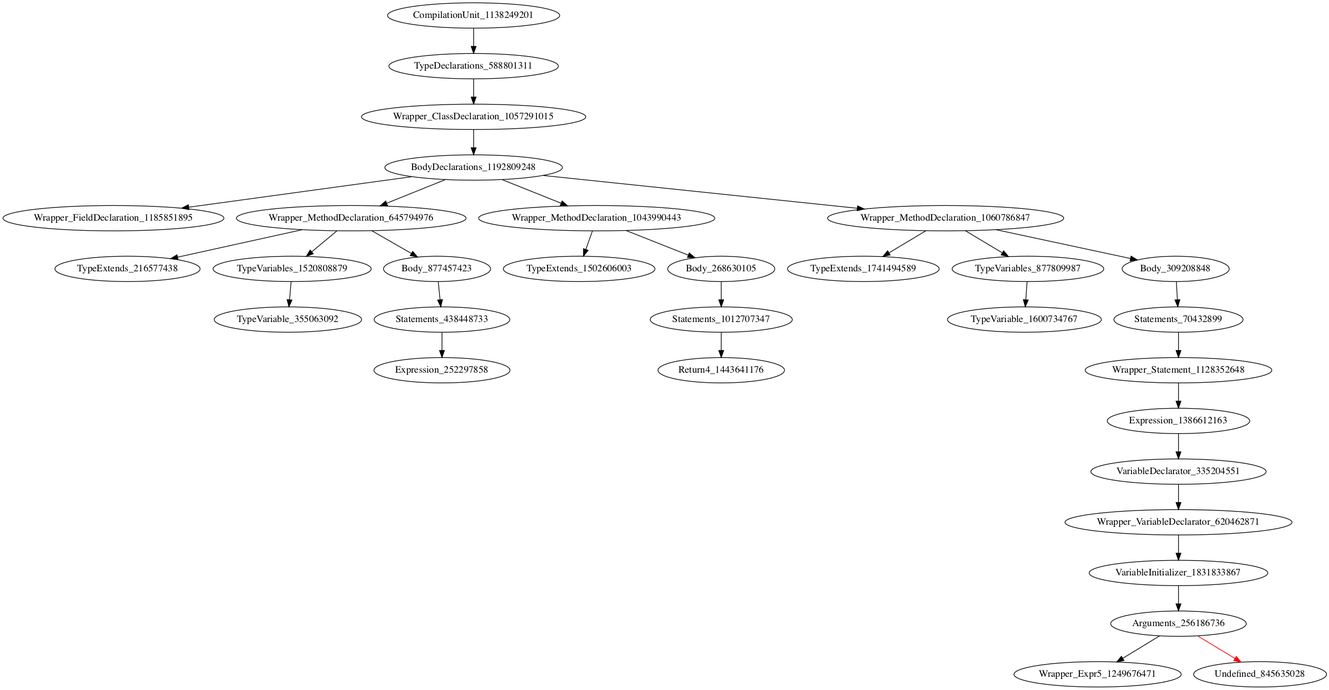
icse2023material/VoiceJava keeps this Graphviz diagram as holeAST.png. Above is the earlier version. Its source is kept beside it as holeAST.dot.
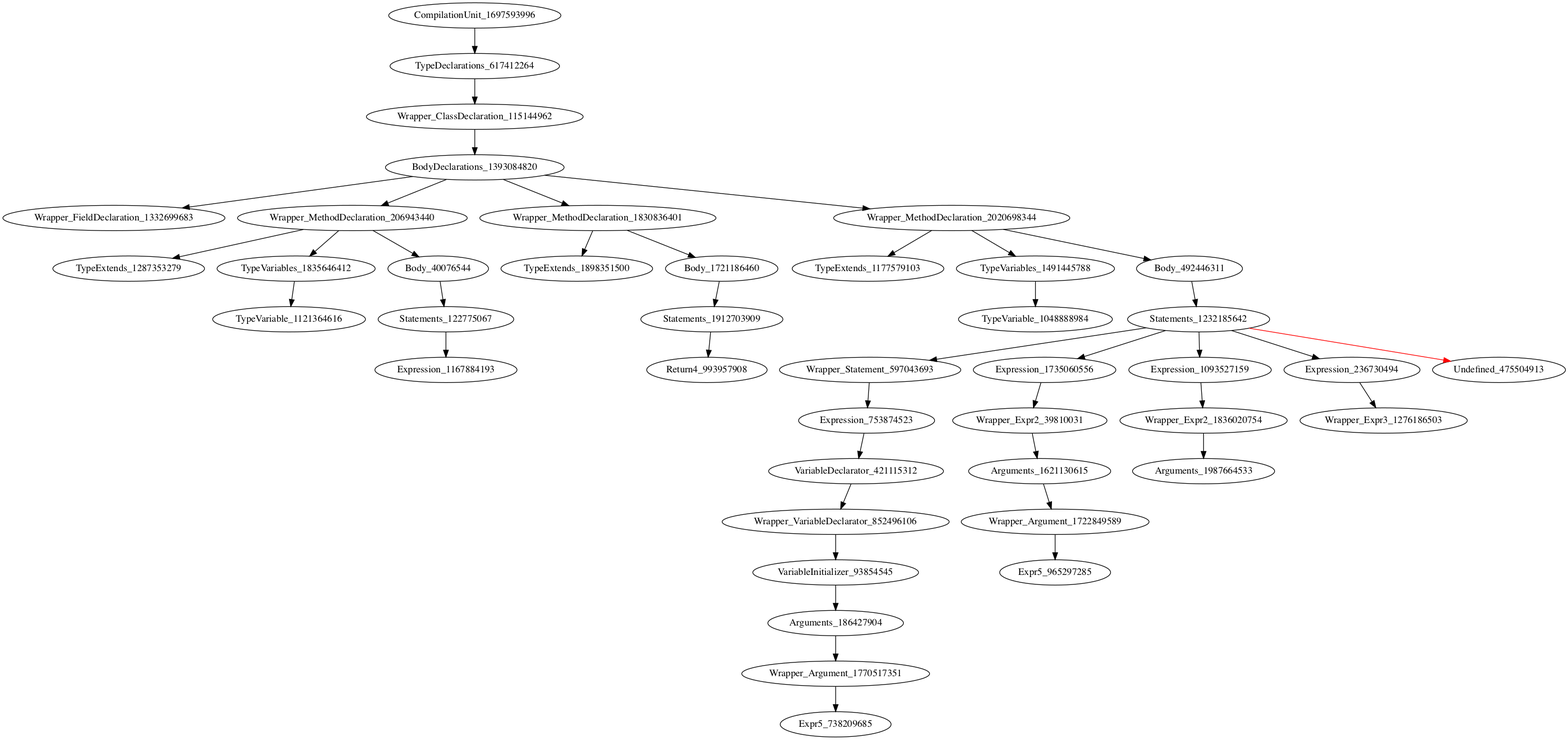
The same diagram one commit later.

Commit message:
[refactor] of return2 expr2 support _ [dot _]* [call _]+

Diff of the diagram source:
```diff
@@ -1,32 +1,43 @@
 digraph {
-CompilationUnit_1138249201 -> TypeDeclarations_588801311
-TypeDeclarations_588801311 -> Wrapper_ClassDeclaration_1057291015
-Wrapper_ClassDeclaration_1057291015 -> BodyDeclarations_1192809248
-BodyDeclarations_1192809248 -> Wrapper_FieldDeclaration_1185851895
-BodyDeclarations_1192809248 -> Wrapper_MethodDeclaration_645794976
-BodyDeclarations_1192809248 -> Wrapper_MethodDeclaration_1043990443
-BodyDeclarations_1192809248 -> Wrapper_MethodDeclaration_1060786847
-Wrapper_MethodDeclaration_645794976 -> TypeExtends_216577438
-Wrapper_MethodDeclaration_645794976 -> TypeVariables_1520808879
-Wrapper_MethodDeclaration_645794976 -> Body_877457423
-Wrapper_MethodDeclaration_1043990443 -> TypeExtends_1502606003
-Wrapper_MethodDeclaration_1043990443 -> Body_268630105
-Wrapper_MethodDeclaration_1060786847 -> TypeExtends_1741494589
-Wrapper_MethodDeclaration_1060786847 -> TypeVariables_877809987
-Wrapper_MethodDeclaration_1060786847 -> Body_309208848
-TypeVariables_1520808879 -> TypeVariable_355063092
-Body_877457423 -> Statements_438448733
-Body_268630105 -> Statements_1012707347
-TypeVariables_877809987 -> TypeVariable_1600734767
-Body_309208848 -> Statements_70432899
-Statements_438448733 -> Expression_252297858
-Statements_1012707347 -> Return4_1443641176
-Statements_70432899 -> Wrapper_Statement_1128352648
-Wrapper_Statement_1128352648 -> Expression_1386612163
-Expression_1386612163 -> VariableDeclarator_335204551
-VariableDeclarator_335204551 -> Wrapper_VariableDeclarator_620462871
-Wrapper_VariableDeclarator_620462871 -> VariableInitializer_1831833867
-VariableInitializer_1831833867 -> Arguments_256186736
-Arguments_256186736 -> Wrapper_Expr5_1249676471
-Arguments_256186736 -> Undefined_845635028 [color = red]
+CompilationUnit_1697593996 -> TypeDeclarations_617412264
+TypeDeclarations_617412264 -> Wrapper_ClassDeclaration_115144962
+Wrapper_ClassDeclaration_115144962 -> BodyDeclarations_1393084820
+BodyDeclarations_1393084820 -> Wrapper_FieldDeclaration_1332699683
+BodyDeclarations_1393084820 -> Wrapper_MethodDeclaration_206943440
+BodyDeclarations_1393084820 -> Wrapper_MethodDeclaration_1830836401
+BodyDeclarations_1393084820 -> Wrapper_MethodDeclaration_2020698344
+Wrapper_MethodDeclaration_206943440 -> TypeExtends_1287353279
+Wrapper_MethodDeclaration_206943440 -> TypeVariables_1835646412
+Wrapper_MethodDeclaration_206943440 -> Body_40076544
+Wrapper_MethodDeclaration_1830836401 -> TypeExtends_1898351500
+Wrapper_MethodDeclaration_1830836401 -> Body_1721186460
+Wrapper_MethodDeclaration_2020698344 -> TypeExtends_1177579103
+Wrapper_MethodDeclaration_2020698344 -> TypeVariables_1491445788
+Wrapper_MethodDeclaration_2020698344 -> Body_492446311
+TypeVariables_1835646412 -> TypeVariable_1121364616
+Body_40076544 -> Statements_122775067
+Body_1721186460 -> Statements_1912703909
+TypeVariables_1491445788 -> TypeVariable_1048888984
+Body_492446311 -> Statements_1232185642
+Statements_122775067 -> Expression_1167884193
+Statements_1912703909 -> Return4_993957908
+Statements_1232185642 -> Wrapper_Statement_597043693
+Statements_1232185642 -> Expression_1735060556
+Statements_1232185642 -> Expression_1093527159
+Statements_1232185642 -> Expression_236730494
+Statements_1232185642 -> Undefined_475504913 [color = red]
+Wrapper_Statement_597043693 -> Expression_753874523
+Expression_1735060556 -> Wrapper_Expr2_39810031
+Expression_1093527159 -> Wrapper_Expr2_1836020754
+Expression_236730494 -> Wrapper_Expr3_1276186503
+Expression_753874523 -> VariableDeclarator_421115312
+Wrapper_Expr2_39810031 -> Arguments_1621130615
+Wrapper_Expr2_1836020754 -> Arguments_1987664533
+VariableDeclarator_421115312 -> Wrapper_VariableDeclarator_852496106
+Arguments_1621130615 -> Wrapper_Argument_1722849589
+Wrapper_VariableDeclarator_852496106 -> VariableInitializer_93854545
+Wrapper_Argument_1722849589 -> Expr5_965297285
+VariableInitializer_93854545 -> Arguments_186427904
+Arguments_186427904 -> Wrapper_Argument_1770517351
+Wrapper_Argument_1770517351 -> Expr5_738209685
 }
```
